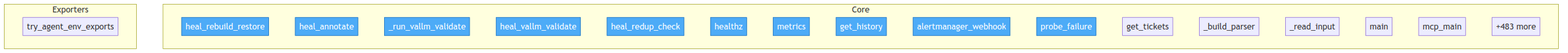
This is project/flow.png from semcod/koru, a Mermaid export, as it was before one commit. Its source is kept beside it as project/flow.mmd.
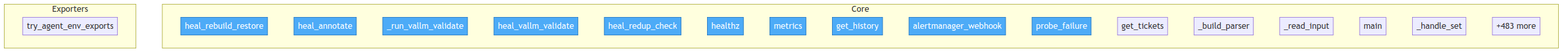
The same diagram one commit later.

Diff of the diagram source:
```diff
@@ -17,7 +17,7 @@
         src__korudsl__cli___build_parser["_build_parser"]
         src__korudsl__cli___read_input["_read_input"]
         src__korudsl__cli__main["main"]
-        src__koruapi__mcp__mcp_main["mcp_main"]
+        src__korudsl__library___handle_set["_handle_set"]
         ...["+483 more"]
     end
 
```
